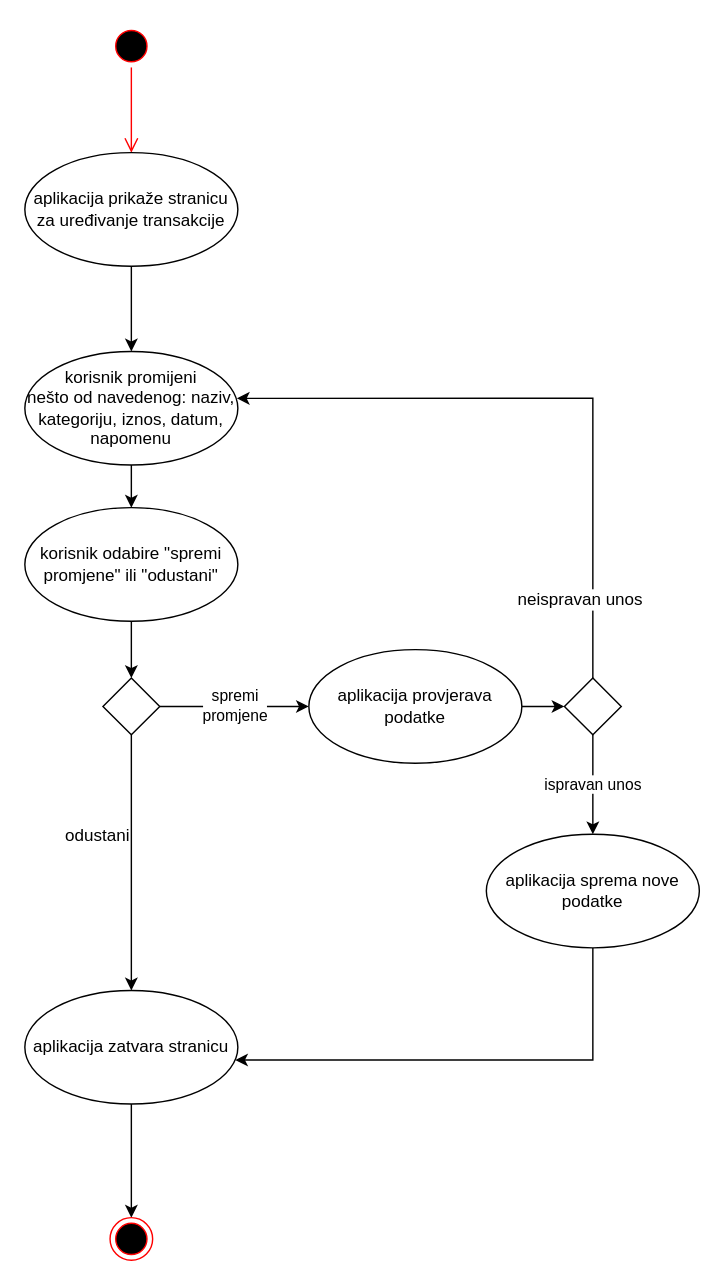
Earlier version of the draw.io diagram page "Azuriranje transakcije" (2 of 5) of doc/aktivnosti_transakcije.drawio (avucak/upi_20_budget). Source tidied: cells renumbered, new cells numbered last; positions are measured from the earlier drawing's top-left corner, leaving out a move shared by most shapes. Both pictures are drawn from the tidied source at 142%, with x=0, y=0 at pixel (24, 24).
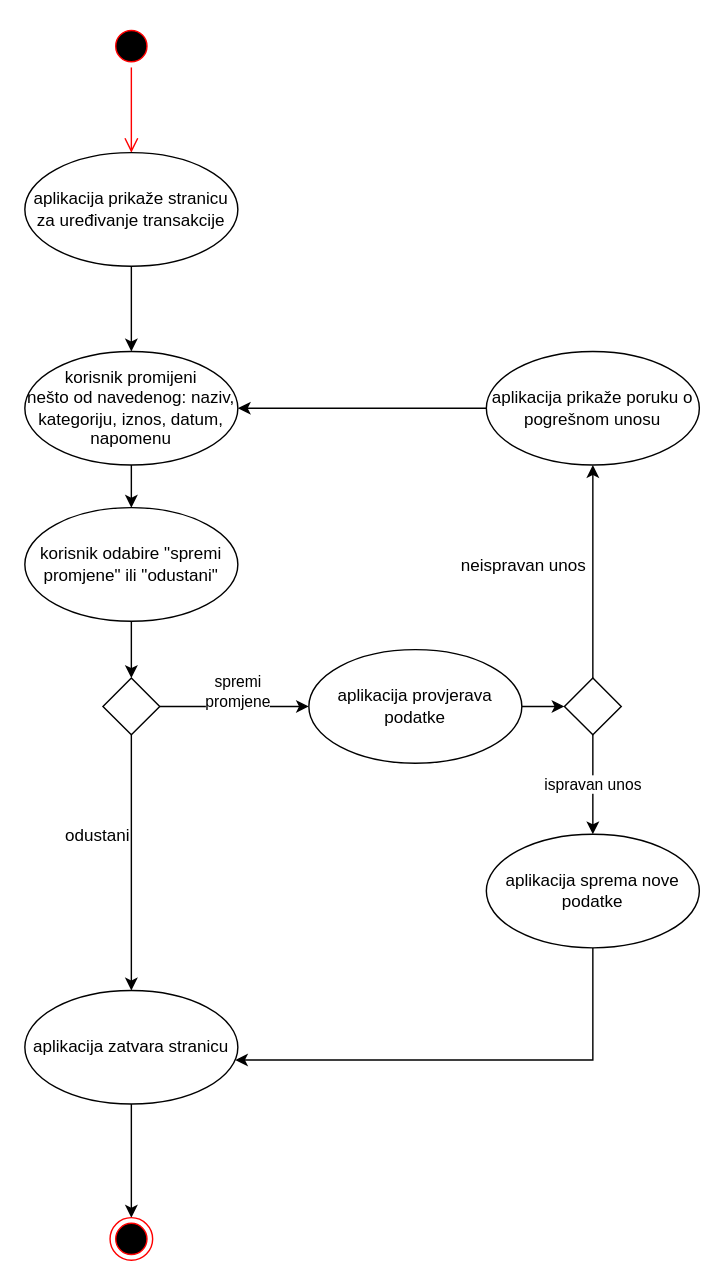
After the change.

Unchanged cells that the change refers to:
```xml
<mxCell id="7" value="korisnik promijeni &lt;br&gt;nešto od navedenog: naziv, kategoriju, iznos, datum, napomenu" style="ellipse;whiteSpace=wrap;html=1;" parent="1" vertex="1">
  <mxGeometry y="230" width="150" height="80" as="geometry" />
</mxCell>
<mxCell id="13" style="rhombus;whiteSpace=wrap;html=1;" parent="1" vertex="1">
  <mxGeometry x="55" y="460" width="40" height="40" as="geometry" />
</mxCell>
<mxCell id="17" value="aplikacija provjerava podatke" style="ellipse;whiteSpace=wrap;html=1;" parent="1" vertex="1">
  <mxGeometry x="200" y="440" width="150" height="80" as="geometry" />
</mxCell>
<mxCell id="21" style="rhombus;whiteSpace=wrap;html=1;" parent="1" vertex="1">
  <mxGeometry x="380" y="460" width="40" height="40" as="geometry" />
</mxCell>
```

The edit, as a diff of the source:
```diff
@@
     <mxCell id="12" value="spremi&lt;br&gt;promjene" style="edgeStyle=orthogonalEdgeStyle;rounded=0;jettySize=auto;html=1;exitX=1;exitY=0.5;exitDx=0;exitDy=0;entryX=0;entryY=0.5;entryDx=0;entryDy=0;" parent="1" edge="1" source="13" target="17">
-      <mxGeometry relative="1" as="geometry" />
+      <mxGeometry x="0.05" y="10" relative="1" as="geometry" />
     </mxCell>
@@
-    <mxCell id="19" style="edgeStyle=orthogonalEdgeStyle;rounded=0;jettySize=auto;html=1;exitX=0.5;exitY=0;exitDx=0;exitDy=0;entryX=0.995;entryY=0.413;entryDx=0;entryDy=0;entryPerimeter=0;" parent="1" edge="1" source="21" target="7">
+    <mxCell id="19" style="edgeStyle=orthogonalEdgeStyle;rounded=0;jettySize=auto;html=1;exitX=0.5;exitY=0;exitDx=0;exitDy=0;" parent="1" edge="1" source="21" target="26">
       <mxGeometry relative="1" as="geometry" />
     </mxCell>
     <mxCell id="20" value="neispravan unos" style="text;html=1;align=center;verticalAlign=middle;labelBackgroundColor=#ffffff;" parent="19" vertex="1">
       <mxGeometry x="-0.2" y="-3" relative="1" as="geometry">
-        <mxPoint x="-13" y="123" as="offset" />
+        <mxPoint x="-53" y="-20" as="offset" />
       </mxGeometry>
     </mxCell>
@@
+    <mxCell id="25" style="edgeStyle=orthogonalEdgeStyle;rounded=0;jettySize=auto;html=1;exitX=0;exitY=0.5;exitDx=0;exitDy=0;" parent="1" edge="1" source="26" target="7">
+      <mxGeometry relative="1" as="geometry" />
+    </mxCell>
+    <mxCell id="26" value="aplikacija prikaže poruku o pogrešnom unosu" style="ellipse;whiteSpace=wrap;html=1;" parent="1" vertex="1">
+      <mxGeometry x="325" y="230" width="150" height="80" as="geometry" />
+    </mxCell>
```
